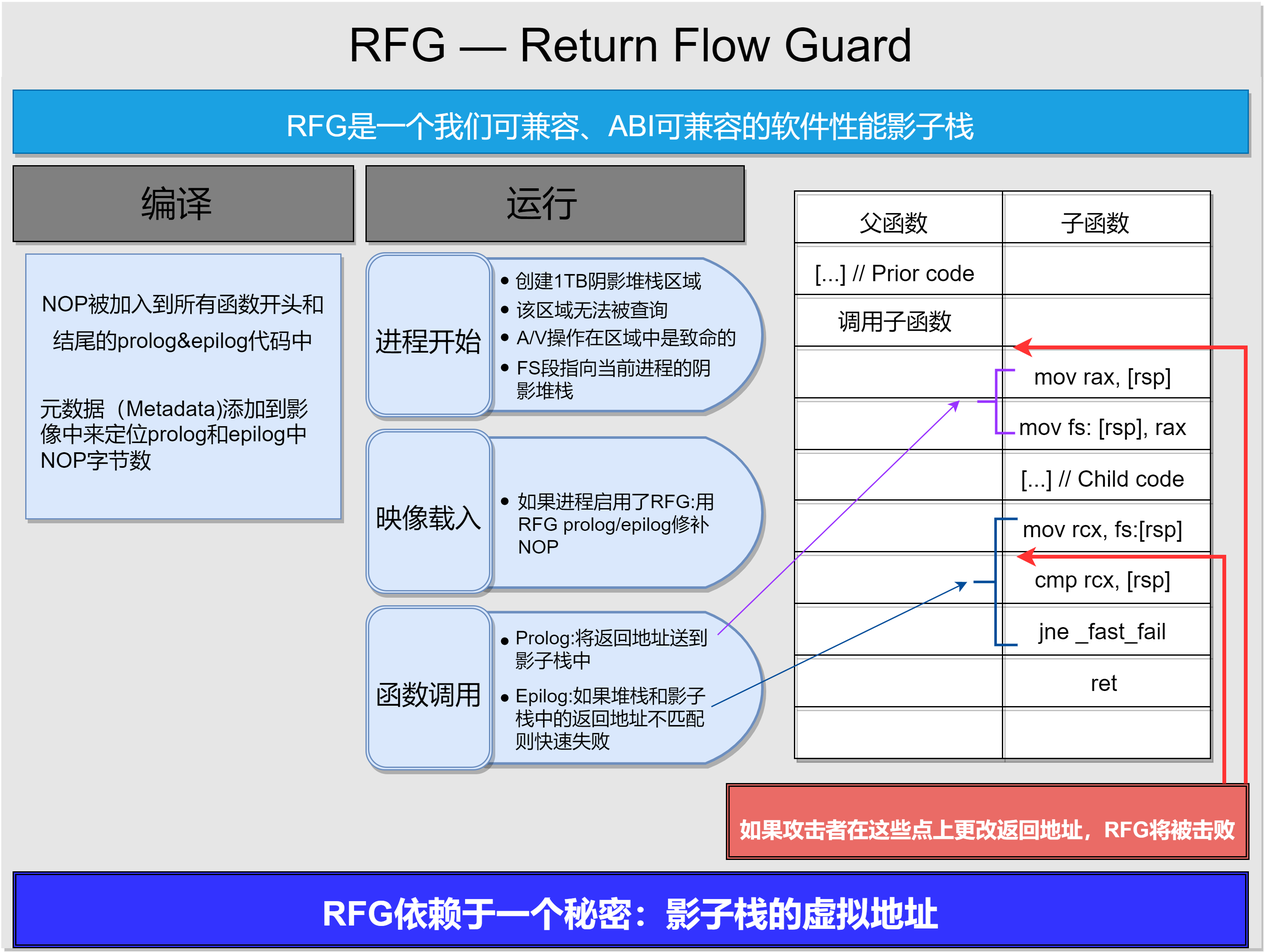
This is Diagram6.drawio.png from ZKX64/Textbook-graph, a draw.io export, as it was before one commit. Source tidied: cells renumbered, new cells last; positions are measured from the earlier drawing's top-left corner, leaving out a move shared by most shapes.
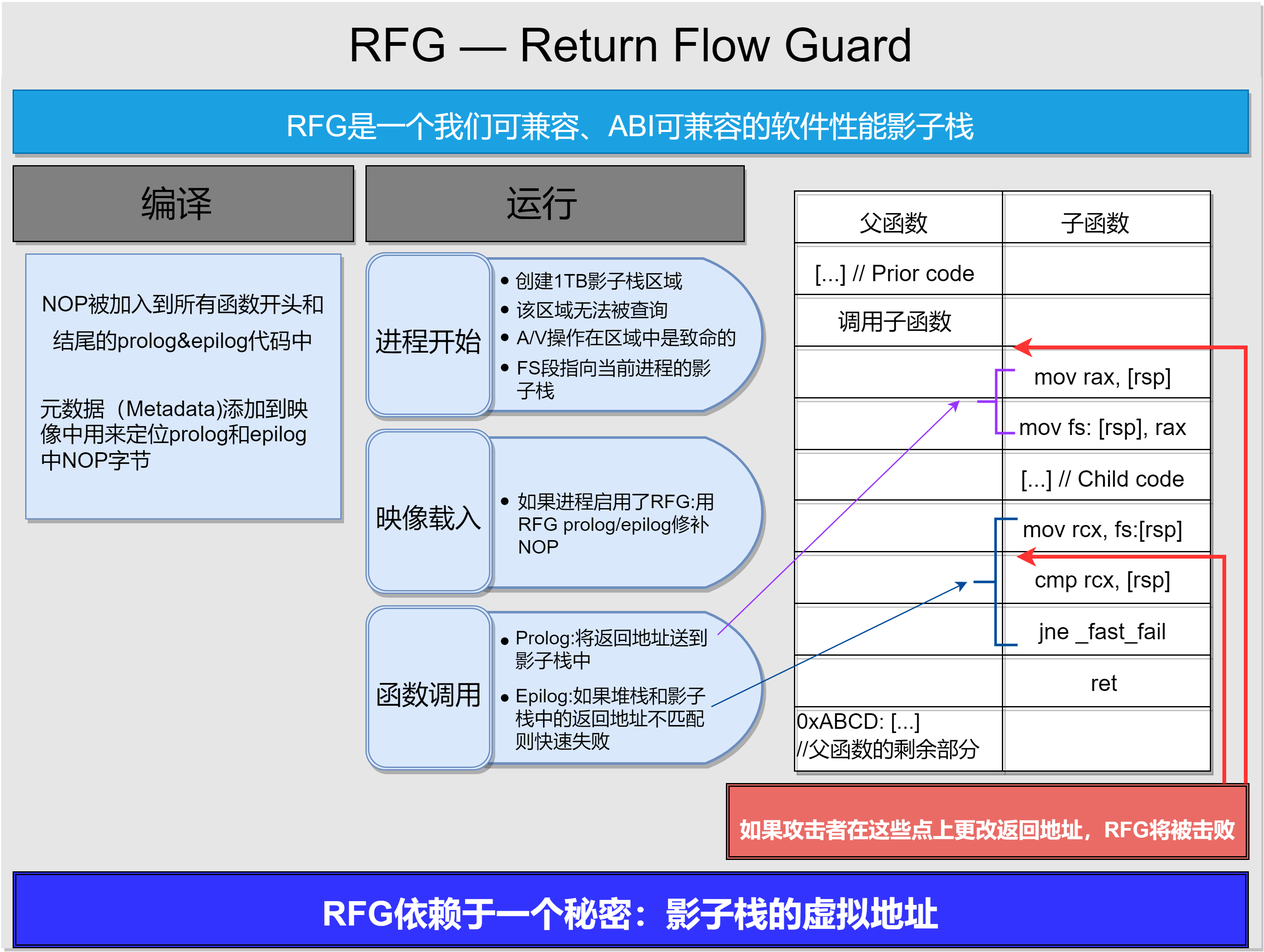
The same file after the commit.

Diff of the diagram source:
```diff
@@ -18,7 +18,7 @@
       <mxGeometry x="289" y="130" width="300" height="60" as="geometry" />
     </mxCell>
     <mxCell id="7" style="shape=table;startSize=0;shadow=1;glass=0;sketch=0;strokeColor=default;fontSize=22;" parent="1" vertex="1">
-      <mxGeometry x="629" y="150" width="330" height="450" as="geometry" />
+      <mxGeometry x="629" y="150" width="330" height="460" as="geometry" />
     </mxCell>
     <mxCell id="8" style="shape=tableRow;horizontal=0;startSize=0;swimlaneHead=0;swimlaneBody=0;top=0;left=0;bottom=0;right=0;fillColor=none;shadow=1;glass=0;sketch=0;strokeColor=default;fontSize=37;" parent="7" vertex="1">
       <mxGeometry width="330" height="41" as="geometry" />
@@ -111,13 +111,13 @@
       <mxGeometry x="165" width="165" height="41" as="geometry" />
     </mxCell>
     <mxCell id="38" style="shape=tableRow;horizontal=0;startSize=0;swimlaneHead=0;swimlaneBody=0;top=0;left=0;bottom=0;right=0;fillColor=none;shadow=1;glass=0;sketch=0;strokeColor=default;fontSize=37;" parent="7" vertex="1">
-      <mxGeometry y="409" width="330" height="41" as="geometry" />
+      <mxGeometry y="409" width="330" height="51" as="geometry" />
     </mxCell>
     <mxCell id="39" style="shape=partialRectangle;html=1;whiteSpace=wrap;overflow=hidden;fillColor=none;top=0;left=0;bottom=0;right=0;shadow=1;glass=0;sketch=0;strokeColor=default;fontSize=37;" parent="38" vertex="1">
-      <mxGeometry width="165" height="41" as="geometry" />
+      <mxGeometry width="165" height="51" as="geometry" />
     </mxCell>
     <mxCell id="40" style="shape=partialRectangle;html=1;whiteSpace=wrap;overflow=hidden;fillColor=none;top=0;left=0;bottom=0;right=0;shadow=1;glass=0;sketch=0;strokeColor=default;fontSize=37;" parent="38" vertex="1">
-      <mxGeometry x="165" width="165" height="41" as="geometry" />
+      <mxGeometry x="165" width="165" height="51" as="geometry" />
     </mxCell>
     <mxCell id="41" value="编译" style="whiteSpace=wrap;html=1;shadow=1;glass=0;sketch=0;strokeColor=none;fontSize=28;fillColor=none;" parent="1" vertex="1">
       <mxGeometry x="79" y="130" width="120" height="60" as="geometry" />
@@ -149,13 +149,13 @@
     <mxCell id="50" value="&lt;font style=&quot;font-size: 17px;&quot;&gt;NOP被加入到所有函数开头和结尾的p&lt;span style=&quot;font-family: -apple-system, &amp;quot;SF UI Text&amp;quot;, Arial, &amp;quot;PingFang SC&amp;quot;, &amp;quot;Hiragino Sans GB&amp;quot;, &amp;quot;Microsoft YaHei&amp;quot;, &amp;quot;WenQuanYi Micro Hei&amp;quot;, sans-serif, SimHei, SimSun; text-align: start;&quot;&gt;rolog&amp;amp;epilog代码中&lt;/span&gt;&lt;/font&gt;" style="whiteSpace=wrap;html=1;shadow=1;glass=0;labelBackgroundColor=none;sketch=0;strokeColor=none;fontSize=24;fillColor=none;" parent="1" vertex="1">
       <mxGeometry x="29" y="234" width="230" height="36" as="geometry" />
     </mxCell>
-    <mxCell id="51" value="&lt;p style=&quot;line-height: 120%;&quot;&gt;&lt;font style=&quot;font-size: 17px;&quot; face=&quot;-apple-system, SF UI Text, Arial, PingFang SC, Hiragino Sans GB, Microsoft YaHei, WenQuanYi Micro Hei, sans-serif, SimHei, SimSun&quot;&gt;元数据（Metadata)添加到影像中来定位prolog和epilog中NOP字节数&lt;/font&gt;&lt;/p&gt;" style="text;whiteSpace=wrap;html=1;fontSize=17;fontColor=#000000;" parent="1" vertex="1">
+    <mxCell id="51" value="&lt;p style=&quot;line-height: 120%;&quot;&gt;&lt;font style=&quot;font-size: 17px;&quot; face=&quot;-apple-system, SF UI Text, Arial, PingFang SC, Hiragino Sans GB, Microsoft YaHei, WenQuanYi Micro Hei, sans-serif, SimHei, SimSun&quot;&gt;元数据（Metadata)添加到映像中用来定位prolog和epilog中NOP字节&lt;/font&gt;&lt;/p&gt;" style="text;whiteSpace=wrap;html=1;fontSize=17;fontColor=#000000;" parent="1" vertex="1">
       <mxGeometry x="29" y="290" width="230" height="80" as="geometry" />
     </mxCell>
     <mxCell id="52" style="shape=waypoint;sketch=0;fillStyle=solid;size=6;fillColor=none;perimeter=centerPerimeter;shadow=0;glass=0;labelBackgroundColor=none;strokeColor=#000000;fontSize=21;fontColor=#000000;" parent="1" vertex="1">
       <mxGeometry x="379" y="201" width="40" height="40" as="geometry" />
     </mxCell>
-    <mxCell id="53" value="&lt;p style=&quot;line-height: 120%; font-size: 15px;&quot;&gt;&lt;font style=&quot;font-size: 15px;&quot; face=&quot;-apple-system, SF UI Text, Arial, PingFang SC, Hiragino Sans GB, Microsoft YaHei, WenQuanYi Micro Hei, sans-serif, SimHei, SimSun&quot;&gt;创建1TB阴影堆栈区域&lt;/font&gt;&lt;/p&gt;" style="text;whiteSpace=wrap;html=1;fontSize=15;fontColor=#000000;" parent="1" vertex="1">
+    <mxCell id="53" value="&lt;p style=&quot;line-height: 120%; font-size: 15px;&quot;&gt;&lt;font style=&quot;font-size: 15px;&quot; face=&quot;-apple-system, SF UI Text, Arial, PingFang SC, Hiragino Sans GB, Microsoft YaHei, WenQuanYi Micro Hei, sans-serif, SimHei, SimSun&quot;&gt;创建1TB影子栈区域&lt;/font&gt;&lt;/p&gt;" style="text;whiteSpace=wrap;html=1;fontSize=15;fontColor=#000000;" parent="1" vertex="1">
       <mxGeometry x="406" y="191" width="155" height="60" as="geometry" />
     </mxCell>
     <mxCell id="54" style="shape=waypoint;sketch=0;fillStyle=solid;size=6;fillColor=none;perimeter=centerPerimeter;shadow=0;glass=0;labelBackgroundColor=none;strokeColor=#000000;fontSize=21;fontColor=#000000;" parent="1" vertex="1">
@@ -182,7 +182,7 @@
     <mxCell id="61" value="&lt;p style=&quot;line-height: 120%; font-size: 15px;&quot;&gt;&lt;font face=&quot;-apple-system, SF UI Text, Arial, PingFang SC, Hiragino Sans GB, Microsoft YaHei, WenQuanYi Micro Hei, sans-serif, SimHei, SimSun&quot;&gt;A/V操作在区域中是致命的&lt;/font&gt;&lt;/p&gt;" style="text;whiteSpace=wrap;html=1;fontSize=15;fontColor=#000000;" parent="1" vertex="1">
       <mxGeometry x="406.5" y="236" width="182.5" height="56" as="geometry" />
     </mxCell>
-    <mxCell id="62" value="&lt;p style=&quot;line-height: 120%; font-size: 15px;&quot;&gt;&lt;font face=&quot;-apple-system, SF UI Text, Arial, PingFang SC, Hiragino Sans GB, Microsoft YaHei, WenQuanYi Micro Hei, sans-serif, SimHei, SimSun&quot;&gt;FS段指向当前进程的阴影堆栈&lt;/font&gt;&lt;/p&gt;" style="text;whiteSpace=wrap;html=1;fontSize=15;fontColor=#000000;" parent="1" vertex="1">
+    <mxCell id="62" value="&lt;p style=&quot;line-height: 120%; font-size: 15px;&quot;&gt;&lt;font face=&quot;-apple-system, SF UI Text, Arial, PingFang SC, Hiragino Sans GB, Microsoft YaHei, WenQuanYi Micro Hei, sans-serif, SimHei, SimSun&quot;&gt;FS段指向当前进程的影子栈&lt;/font&gt;&lt;/p&gt;" style="text;whiteSpace=wrap;html=1;fontSize=15;fontColor=#000000;" parent="1" vertex="1">
       <mxGeometry x="407" y="260" width="162" height="52" as="geometry" />
     </mxCell>
     <mxCell id="63" value="&lt;p style=&quot;line-height: 120%; font-size: 15px;&quot;&gt;&lt;font face=&quot;-apple-system, SF UI Text, Arial, PingFang SC, Hiragino Sans GB, Microsoft YaHei, WenQuanYi Micro Hei, sans-serif, SimHei, SimSun&quot;&gt;如果进程启用了RFG:用RFG prolog/epilog修补NOP&lt;/font&gt;&lt;/p&gt;&lt;span style=&quot;color: rgba(0, 0, 0, 0); font-family: monospace; font-size: 0px;&quot;&gt;%3CmxGraphModel%3E%3Croot%3E%3CmxCell%20id%3D%220%22%2F%3E%3CmxCell%20id%3D%221%22%20parent%3D%220%22%2F%3E%3CmxCell%20id%3D%222%22%20value%3D%22%26lt%3Bp%20style%3D%26quot%3Bline-height%3A%20120%25%3B%20font-size%3A%2015px%3B%26quot%3B%26gt%3B%26lt%3Bfont%20face%3D%26quot%3B-apple-system%2C%20SF%20UI%20Text%2C%20Arial%2C%20PingFang%20SC%2C%20Hiragino%20Sans%20GB%2C%20Microsoft%20YaHei%2C%20WenQuanYi%20Micro%20Hei%2C%20sans-serif%2C%20SimHei%2C%20SimSun%26quot%3B%26gt%3BFS%E6%AE%B5%E6%8C%87%E5%90%91%E5%BD%93%E5%89%8D%E8%BF%9B%E7%A8%8B%E7%9A%84%E9%98%B4%E5%BD%B1%E5%A0%86%E6%A0%88%26lt%3B%2Ffont%26gt%3B%26lt%3B%2Fp%26gt%3B%22%20style%3D%22text%3BwhiteSpace%3Dwrap%3Bhtml%3D1%3BfontSize%3D15%3BfontColor%3D%23000000%3B%22%20vertex%3D%221%22%20parent%3D%221%22%3E%3CmxGeometry%20x%3D%22388%22%20y%3D%22330%22%20width%3D%22162%22%20height%3D%2252%22%20as%3D%22geometry%22%2F%3E%3C%2FmxCell%3E%3C%2Froot%3E%3C%2FmxGraphModel%3E&lt;/span&gt;" style="text;whiteSpace=wrap;html=1;fontSize=15;fontColor=#000000;" parent="1" vertex="1">
@@ -267,5 +267,8 @@
     <mxCell id="84" value="&lt;font size=&quot;1&quot; color=&quot;#ffffff&quot;&gt;&lt;b style=&quot;font-size: 27px;&quot;&gt;RFG依赖于一个秘密：影子栈的虚拟地址&lt;/b&gt;&lt;/font&gt;" style="shape=ext;double=1;rounded=0;whiteSpace=wrap;html=1;shadow=0;glass=0;labelBackgroundColor=none;sketch=0;strokeColor=#000000;strokeWidth=1;fontSize=36;fontColor=#000000;fillColor=#3333FF;" parent="1" vertex="1">
       <mxGeometry x="9" y="690" width="980" height="60" as="geometry" />
     </mxCell>
+    <mxCell id="85" value="&lt;p style=&quot;line-height: 30%; font-size: 17px;&quot;&gt;&lt;font style=&quot;font-size: 17px;&quot; face=&quot;-apple-system, SF UI Text, Arial, PingFang SC, Hiragino Sans GB, Microsoft YaHei, WenQuanYi Micro Hei, sans-serif, SimHei, SimSun&quot;&gt;0xABCD: [...]&lt;/font&gt;&lt;/p&gt;&lt;p style=&quot;line-height: 30%; font-size: 17px;&quot;&gt;&lt;font style=&quot;font-size: 17px;&quot; face=&quot;-apple-system, SF UI Text, Arial, PingFang SC, Hiragino Sans GB, Microsoft YaHei, WenQuanYi Micro Hei, sans-serif, SimHei, SimSun&quot;&gt;//父函数的剩余部分&lt;/font&gt;&lt;/p&gt;" style="text;whiteSpace=wrap;html=1;fontSize=18;fontColor=#000000;align=left;" parent="1" vertex="1">
+      <mxGeometry x="629" y="545" width="170" height="95" as="geometry" />
+    </mxCell>
   </root>
 </mxGraphModel>
```
